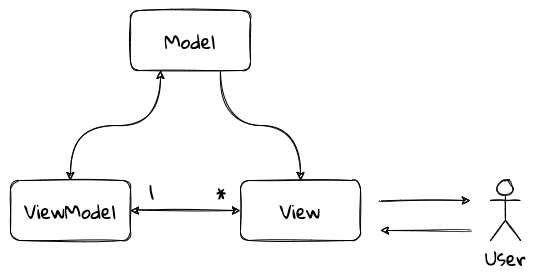
This is images/ui-patterns/mvvm.png from ddd-book-java/prem-website, a draw.io export, as it was before one commit. Source tidied: cells renumbered, new cells last; positions are measured from the earlier drawing's top-left corner, leaving out a move shared by most shapes. Source of this version:
```xml
<mxGraphModel>
  <root>
    <mxCell id="0" />
    <mxCell id="1" parent="0" />
    <mxCell id="2" style="edgeStyle=orthogonalEdgeStyle;curved=1;rounded=0;sketch=1;jettySize=auto;html=1;exitX=0.25;exitY=1;exitDx=0;exitDy=0;entryX=0.5;entryY=0;entryDx=0;entryDy=0;fontFamily=Gloria Hallelujah;fontSource=https%3A%2F%2Ffonts.googleapis.com%2Fcss%3Ffamily%3DGloria%2BHallelujah;fontSize=19;startArrow=classic;startFill=1;" parent="1" edge="1" source="4" target="8">
      <mxGeometry relative="1" as="geometry" />
    </mxCell>
    <mxCell id="3" style="edgeStyle=orthogonalEdgeStyle;curved=1;rounded=0;sketch=1;jettySize=auto;html=1;exitX=0.75;exitY=1;exitDx=0;exitDy=0;entryX=0.5;entryY=0;entryDx=0;entryDy=0;fontFamily=Gloria Hallelujah;fontSource=https%3A%2F%2Ffonts.googleapis.com%2Fcss%3Ffamily%3DGloria%2BHallelujah;fontSize=19;" parent="1" edge="1" source="4" target="9">
      <mxGeometry relative="1" as="geometry" />
    </mxCell>
    <mxCell id="4" value="Model" style="whiteSpace=wrap;html=1;fontFamily=Gloria Hallelujah;fontSource=https%3A%2F%2Ffonts.googleapis.com%2Fcss%3Ffamily%3DGloria%2BHallelujah;rounded=1;sketch=1;fontSize=19;" parent="1" vertex="1">
      <mxGeometry x="120" width="120" height="60" as="geometry" />
    </mxCell>
    <mxCell id="5" style="edgeStyle=orthogonalEdgeStyle;curved=1;rounded=0;sketch=1;jettySize=auto;html=1;entryX=0;entryY=0.5;entryDx=0;entryDy=0;fontFamily=Gloria Hallelujah;fontSource=https%3A%2F%2Ffonts.googleapis.com%2Fcss%3Ffamily%3DGloria%2BHallelujah;startArrow=classic;startFill=1;fontSize=19;" parent="1" edge="1" source="8" target="9">
      <mxGeometry relative="1" as="geometry" />
    </mxCell>
    <mxCell id="6" value="1" style="edgeLabel;html=1;align=center;verticalAlign=middle;fontFamily=Gloria Hallelujah;fontSize=19;" parent="5" vertex="1">
      <mxGeometry x="-0.75" y="1" relative="1" as="geometry">
        <mxPoint x="6" y="-19" as="offset" />
      </mxGeometry>
    </mxCell>
    <mxCell id="7" value="*" style="edgeLabel;html=1;align=center;verticalAlign=middle;fontFamily=Gloria Hallelujah;fontSize=19;" parent="5" vertex="1">
      <mxGeometry x="0.6" relative="1" as="geometry">
        <mxPoint x="2" y="-20" as="offset" />
      </mxGeometry>
    </mxCell>
    <mxCell id="8" value="ViewModel" style="whiteSpace=wrap;html=1;fontFamily=Gloria Hallelujah;fontSource=https%3A%2F%2Ffonts.googleapis.com%2Fcss%3Ffamily%3DGloria%2BHallelujah;rounded=1;sketch=1;fontSize=19;" parent="1" vertex="1">
      <mxGeometry y="170" width="120" height="60" as="geometry" />
    </mxCell>
    <mxCell id="9" value="View" style="whiteSpace=wrap;html=1;fontFamily=Gloria Hallelujah;fontSource=https%3A%2F%2Ffonts.googleapis.com%2Fcss%3Ffamily%3DGloria%2BHallelujah;rounded=1;sketch=1;fontSize=19;" parent="1" vertex="1">
      <mxGeometry x="230" y="170" width="120" height="60" as="geometry" />
    </mxCell>
    <mxCell id="10" value="User" style="shape=umlActor;verticalLabelPosition=bottom;verticalAlign=top;html=1;fontFamily=Gloria Hallelujah;fontSource=https%3A%2F%2Ffonts.googleapis.com%2Fcss%3Ffamily%3DGloria%2BHallelujah;rounded=1;sketch=1;fontSize=19;" parent="1" vertex="1">
      <mxGeometry x="480" y="170" width="30" height="60" as="geometry" />
    </mxCell>
    <mxCell id="11" style="endArrow=classic;html=1;fontFamily=Gloria Hallelujah;fontSource=https%3A%2F%2Ffonts.googleapis.com%2Fcss%3Ffamily%3DGloria%2BHallelujah;curved=1;sketch=1;fontSize=19;" parent="1" edge="1">
      <mxGeometry relative="1" as="geometry">
        <mxPoint x="370" y="190" as="sourcePoint" />
        <mxPoint x="460" y="190" as="targetPoint" />
      </mxGeometry>
    </mxCell>
    <mxCell id="12" style="endArrow=classic;html=1;fontFamily=Gloria Hallelujah;fontSource=https%3A%2F%2Ffonts.googleapis.com%2Fcss%3Ffamily%3DGloria%2BHallelujah;curved=1;sketch=1;fontSize=19;" parent="1" edge="1">
      <mxGeometry relative="1" as="geometry">
        <mxPoint x="460" y="220" as="sourcePoint" />
        <mxPoint x="370" y="220" as="targetPoint" />
      </mxGeometry>
    </mxCell>
  </root>
</mxGraphModel>
```
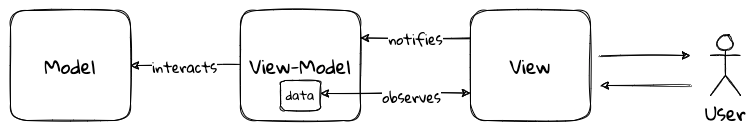
The same file after the commit.

What changed in the source:
```diff
@@ -2,48 +2,51 @@
   <root>
     <mxCell id="0" />
     <mxCell id="1" parent="0" />
-    <mxCell id="2" style="edgeStyle=orthogonalEdgeStyle;curved=1;rounded=0;sketch=1;jettySize=auto;html=1;exitX=0.25;exitY=1;exitDx=0;exitDy=0;entryX=0.5;entryY=0;entryDx=0;entryDy=0;fontFamily=Gloria Hallelujah;fontSource=https%3A%2F%2Ffonts.googleapis.com%2Fcss%3Ffamily%3DGloria%2BHallelujah;fontSize=19;startArrow=classic;startFill=1;" parent="1" edge="1" source="4" target="8">
-      <mxGeometry relative="1" as="geometry" />
-    </mxCell>
-    <mxCell id="3" style="edgeStyle=orthogonalEdgeStyle;curved=1;rounded=0;sketch=1;jettySize=auto;html=1;exitX=0.75;exitY=1;exitDx=0;exitDy=0;entryX=0.5;entryY=0;entryDx=0;entryDy=0;fontFamily=Gloria Hallelujah;fontSource=https%3A%2F%2Ffonts.googleapis.com%2Fcss%3Ffamily%3DGloria%2BHallelujah;fontSize=19;" parent="1" edge="1" source="4" target="9">
-      <mxGeometry relative="1" as="geometry" />
-    </mxCell>
-    <mxCell id="4" value="Model" style="whiteSpace=wrap;html=1;fontFamily=Gloria Hallelujah;fontSource=https%3A%2F%2Ffonts.googleapis.com%2Fcss%3Ffamily%3DGloria%2BHallelujah;rounded=1;sketch=1;fontSize=19;" parent="1" vertex="1">
-      <mxGeometry x="120" width="120" height="60" as="geometry" />
+    <mxCell id="4" value="Model" style="whiteSpace=wrap;html=1;fontFamily=Gloria Hallelujah;fontSource=https%3A%2F%2Ffonts.googleapis.com%2Fcss%3Ffamily%3DGloria%2BHallelujah;fontSize=19;sketch=1;rounded=1;" parent="1" vertex="1">
+      <mxGeometry x="-230" y="170" width="120" height="110" as="geometry" />
     </mxCell>
-    <mxCell id="5" style="edgeStyle=orthogonalEdgeStyle;curved=1;rounded=0;sketch=1;jettySize=auto;html=1;entryX=0;entryY=0.5;entryDx=0;entryDy=0;fontFamily=Gloria Hallelujah;fontSource=https%3A%2F%2Ffonts.googleapis.com%2Fcss%3Ffamily%3DGloria%2BHallelujah;startArrow=classic;startFill=1;fontSize=19;" parent="1" edge="1" source="8" target="9">
-      <mxGeometry relative="1" as="geometry" />
-    </mxCell>
-    <mxCell id="6" value="1" style="edgeLabel;html=1;align=center;verticalAlign=middle;fontFamily=Gloria Hallelujah;fontSize=19;" parent="5" vertex="1">
-      <mxGeometry x="-0.75" y="1" relative="1" as="geometry">
-        <mxPoint x="6" y="-19" as="offset" />
-      </mxGeometry>
-    </mxCell>
-    <mxCell id="7" value="*" style="edgeLabel;html=1;align=center;verticalAlign=middle;fontFamily=Gloria Hallelujah;fontSize=19;" parent="5" vertex="1">
-      <mxGeometry x="0.6" relative="1" as="geometry">
-        <mxPoint x="2" y="-20" as="offset" />
-      </mxGeometry>
-    </mxCell>
+    <mxCell id="13" style="edgeStyle=orthogonalEdgeStyle;curved=1;rounded=0;sketch=1;jettySize=auto;html=1;exitX=0;exitY=0.5;exitDx=0;exitDy=0;entryX=1;entryY=0.5;entryDx=0;entryDy=0;fontFamily=Gloria Hallelujah;fontSource=https%3A%2F%2Ffonts.googleapis.com%2Fcss%3Ffamily%3DGloria%2BHallelujah;startArrow=none;startFill=0;" parent="1" edge="1" source="8" target="4">
+      <mxGeometry relative="1" as="geometry" />
+    </mxCell>
+    <mxCell id="14" value="&lt;font style=&quot;font-size: 14px&quot;&gt;interacts&lt;/font&gt;" style="edgeLabel;html=1;align=center;verticalAlign=middle;fontFamily=Gloria Hallelujah;" parent="13" vertex="1">
+      <mxGeometry x="0.04" relative="1" as="geometry" />
+    </mxCell>
-    <mxCell id="8" value="ViewModel" style="whiteSpace=wrap;html=1;fontFamily=Gloria Hallelujah;fontSource=https%3A%2F%2Ffonts.googleapis.com%2Fcss%3Ffamily%3DGloria%2BHallelujah;rounded=1;sketch=1;fontSize=19;" parent="1" vertex="1">
-      <mxGeometry y="170" width="120" height="60" as="geometry" />
+    <mxCell id="8" value="View-Model" style="whiteSpace=wrap;html=1;fontFamily=Gloria Hallelujah;fontSource=https%3A%2F%2Ffonts.googleapis.com%2Fcss%3Ffamily%3DGloria%2BHallelujah;fontSize=19;sketch=1;rounded=1;" parent="1" vertex="1">
+      <mxGeometry y="170" width="120" height="110" as="geometry" />
     </mxCell>
+    <mxCell id="15" style="edgeStyle=orthogonalEdgeStyle;jettySize=auto;html=1;entryX=0;entryY=0.75;entryDx=0;entryDy=0;startArrow=classic;startFill=1;sketch=1;curved=1;" parent="1" edge="1" target="9">
+      <mxGeometry relative="1" as="geometry">
+        <mxPoint x="80" y="253" as="sourcePoint" />
+      </mxGeometry>
+    </mxCell>
+    <mxCell id="16" value="&lt;font style=&quot;font-size: 14px&quot;&gt;observes&lt;/font&gt;" style="edgeLabel;html=1;align=center;verticalAlign=middle;sketch=1;rounded=1;fontFamily=Gloria Hallelujah;fontSource=https%3A%2F%2Ffonts.googleapis.com%2Fcss%3Ffamily%3DGloria%2BHallelujah;" parent="15" vertex="1">
+      <mxGeometry relative="1" as="geometry">
+        <mxPoint x="15" y="2" as="offset" />
+      </mxGeometry>
+    </mxCell>
+    <mxCell id="17" value="&lt;font style=&quot;font-size: 14px&quot;&gt;notifies&lt;/font&gt;" style="edgeStyle=orthogonalEdgeStyle;jettySize=auto;html=1;exitX=0;exitY=0.25;exitDx=0;exitDy=0;entryX=1;entryY=0.25;entryDx=0;entryDy=0;startArrow=none;startFill=0;sketch=1;curved=1;fontFamily=Gloria Hallelujah;fontSource=https%3A%2F%2Ffonts.googleapis.com%2Fcss%3Ffamily%3DGloria%2BHallelujah;" parent="1" edge="1" source="9" target="8">
+      <mxGeometry relative="1" as="geometry" />
+    </mxCell>
-    <mxCell id="9" value="View" style="whiteSpace=wrap;html=1;fontFamily=Gloria Hallelujah;fontSource=https%3A%2F%2Ffonts.googleapis.com%2Fcss%3Ffamily%3DGloria%2BHallelujah;rounded=1;sketch=1;fontSize=19;" parent="1" vertex="1">
-      <mxGeometry x="230" y="170" width="120" height="60" as="geometry" />
+    <mxCell id="9" value="View" style="whiteSpace=wrap;html=1;fontFamily=Gloria Hallelujah;fontSource=https%3A%2F%2Ffonts.googleapis.com%2Fcss%3Ffamily%3DGloria%2BHallelujah;fontSize=19;sketch=1;rounded=1;" parent="1" vertex="1">
+      <mxGeometry x="230" y="170" width="120" height="110" as="geometry" />
     </mxCell>
-    <mxCell id="10" value="User" style="shape=umlActor;verticalLabelPosition=bottom;verticalAlign=top;html=1;fontFamily=Gloria Hallelujah;fontSource=https%3A%2F%2Ffonts.googleapis.com%2Fcss%3Ffamily%3DGloria%2BHallelujah;rounded=1;sketch=1;fontSize=19;" parent="1" vertex="1">
-      <mxGeometry x="480" y="170" width="30" height="60" as="geometry" />
+    <mxCell id="10" value="User" style="shape=umlActor;verticalLabelPosition=bottom;verticalAlign=top;html=1;fontFamily=Gloria Hallelujah;fontSource=https%3A%2F%2Ffonts.googleapis.com%2Fcss%3Ffamily%3DGloria%2BHallelujah;fontSize=19;sketch=1;rounded=1;" parent="1" vertex="1">
+      <mxGeometry x="470" y="195" width="30" height="60" as="geometry" />
     </mxCell>
-    <mxCell id="11" style="endArrow=classic;html=1;fontFamily=Gloria Hallelujah;fontSource=https%3A%2F%2Ffonts.googleapis.com%2Fcss%3Ffamily%3DGloria%2BHallelujah;curved=1;sketch=1;fontSize=19;" parent="1" edge="1">
+    <mxCell id="11" style="endArrow=classic;html=1;fontFamily=Gloria Hallelujah;fontSource=https%3A%2F%2Ffonts.googleapis.com%2Fcss%3Ffamily%3DGloria%2BHallelujah;fontSize=19;sketch=1;curved=1;" parent="1" edge="1">
       <mxGeometry relative="1" as="geometry">
-        <mxPoint x="370" y="190" as="sourcePoint" />
-        <mxPoint x="460" y="190" as="targetPoint" />
+        <mxPoint x="360" y="215" as="sourcePoint" />
+        <mxPoint x="450" y="215" as="targetPoint" />
       </mxGeometry>
     </mxCell>
-    <mxCell id="12" style="endArrow=classic;html=1;fontFamily=Gloria Hallelujah;fontSource=https%3A%2F%2Ffonts.googleapis.com%2Fcss%3Ffamily%3DGloria%2BHallelujah;curved=1;sketch=1;fontSize=19;" parent="1" edge="1">
+    <mxCell id="12" style="endArrow=classic;html=1;fontFamily=Gloria Hallelujah;fontSource=https%3A%2F%2Ffonts.googleapis.com%2Fcss%3Ffamily%3DGloria%2BHallelujah;fontSize=19;sketch=1;curved=1;" parent="1" edge="1">
       <mxGeometry relative="1" as="geometry">
-        <mxPoint x="460" y="220" as="sourcePoint" />
-        <mxPoint x="370" y="220" as="targetPoint" />
+        <mxPoint x="450" y="245" as="sourcePoint" />
+        <mxPoint x="360" y="245" as="targetPoint" />
       </mxGeometry>
     </mxCell>
+    <mxCell id="18" value="&lt;font face=&quot;Gloria Hallelujah&quot;&gt;data&lt;/font&gt;" style="whiteSpace=wrap;html=1;sketch=1;rounded=1;" parent="1" vertex="1">
+      <mxGeometry x="40" y="240" width="40" height="30" as="geometry" />
+    </mxCell>
   </root>
 </mxGraphModel>
```
